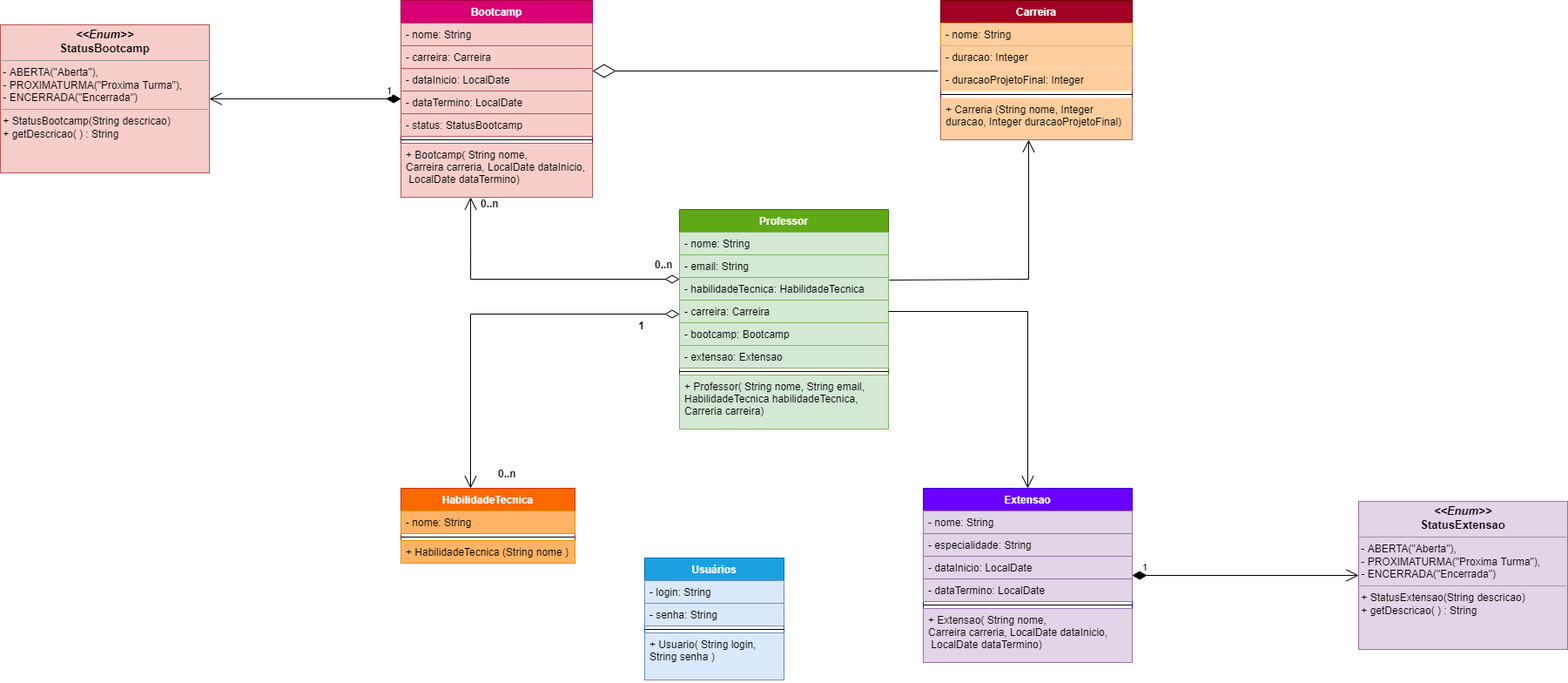
The draw.io diagram documentation/UMLpng.png in RudeBoyOne/EdTech, before a commit. Source tidied: cells renumbered, new cells last; positions are measured from the earlier drawing's top-left corner, leaving out a move shared by most shapes.
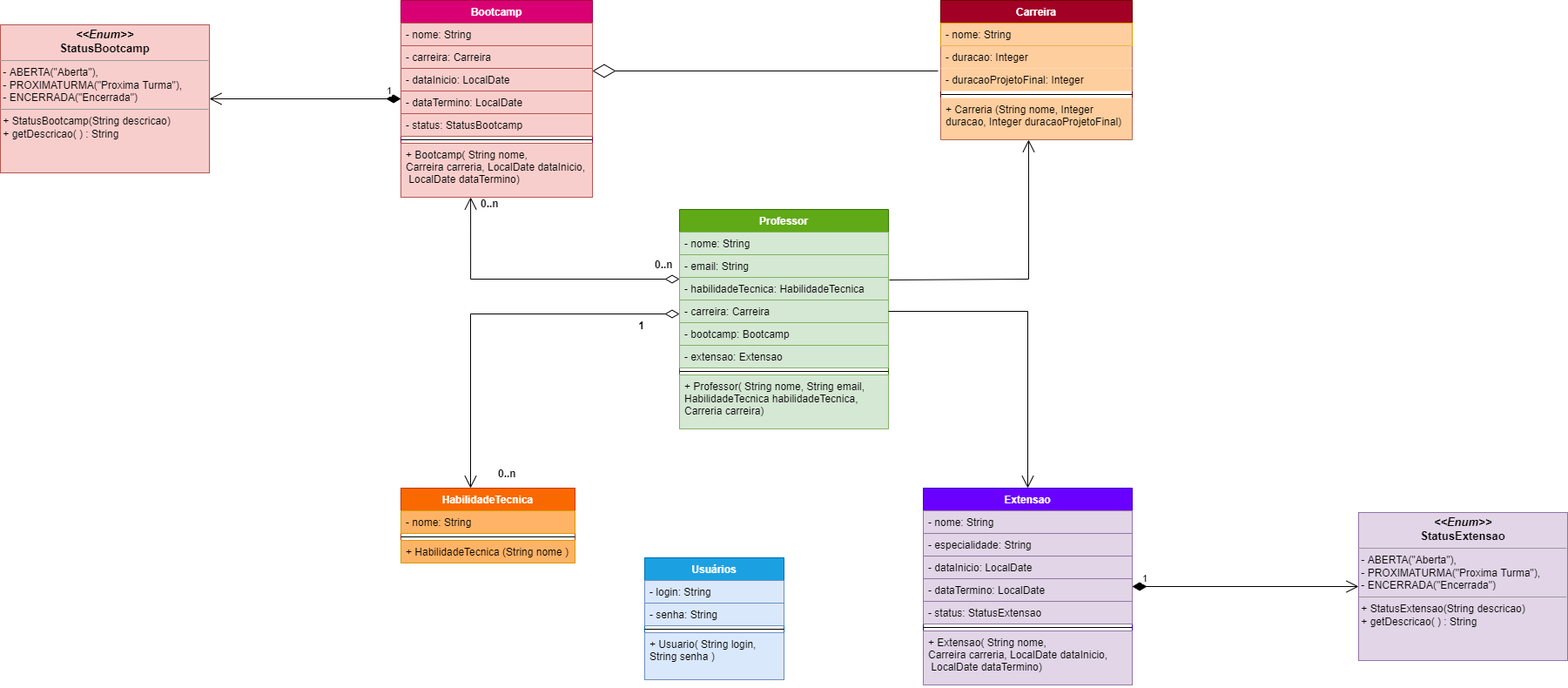
Later version of the same file.

Commit message:
ajustes no UML

The edit, as a diff of the source:
```diff
@@ -69,7 +69,7 @@
       <mxGeometry y="164" width="220" height="62" as="geometry" />
     </mxCell>
     <mxCell id="24" value="Extensao" style="swimlane;fontStyle=1;align=center;verticalAlign=top;horizontal=1;startSize=26;fillColor=#6a00ff;fontColor=#ffffff;strokeColor=#3700CC;" parent="1" vertex="1">
-      <mxGeometry x="1060" y="560" width="240" height="200" as="geometry" />
+      <mxGeometry x="1060" y="560" width="240" height="226" as="geometry" />
     </mxCell>
     <mxCell id="25" value="- nome: String" style="text;strokeColor=#9673a6;fillColor=#e1d5e7;align=left;verticalAlign=top;spacingLeft=4;spacingRight=4;overflow=hidden;" parent="24" vertex="1">
       <mxGeometry y="26" width="240" height="26" as="geometry" />
@@ -83,11 +83,14 @@
     <mxCell id="28" value="- dataTermino: LocalDate" style="text;strokeColor=#9673a6;fillColor=#e1d5e7;align=left;verticalAlign=top;spacingLeft=4;spacingRight=4;overflow=hidden;" parent="24" vertex="1">
       <mxGeometry y="104" width="240" height="26" as="geometry" />
     </mxCell>
+    <mxCell id="54" value="- status: StatusExtensao" style="text;strokeColor=#9673a6;fillColor=#e1d5e7;align=left;verticalAlign=top;spacingLeft=4;spacingRight=4;overflow=hidden;" parent="24" vertex="1">
+      <mxGeometry y="130" width="240" height="26" as="geometry" />
+    </mxCell>
     <mxCell id="29" style="line;strokeWidth=1;fillColor=none;align=left;verticalAlign=middle;spacingTop=-1;spacingLeft=3;spacingRight=3;labelPosition=right;" parent="24" vertex="1">
-      <mxGeometry y="130" width="240" height="8" as="geometry" />
+      <mxGeometry y="156" width="240" height="8" as="geometry" />
     </mxCell>
     <mxCell id="30" value="+ Extensao( String nome, &#10;Carreira carreria, LocalDate dataInicio,&#10; LocalDate dataTermino)" style="text;strokeColor=#9673a6;fillColor=#e1d5e7;align=left;verticalAlign=top;spacingLeft=4;spacingRight=4;overflow=hidden;" parent="24" vertex="1">
-      <mxGeometry y="138" width="240" height="62" as="geometry" />
+      <mxGeometry y="164" width="240" height="62" as="geometry" />
     </mxCell>
     <mxCell id="31" value="Carreira" style="swimlane;fontStyle=1;align=center;verticalAlign=top;horizontal=1;startSize=26;fillColor=#a20025;fontColor=#ffffff;strokeColor=#6F0000;" parent="1" vertex="1">
       <mxGeometry x="1080" width="220" height="160" as="geometry" />
@@ -177,7 +180,7 @@
       <mxGeometry x="-0.83" relative="1" as="geometry" />
     </mxCell>
     <mxCell id="52" value="&lt;p style=&quot;margin: 4px 0px 0px; text-align: center; font-size: 13px;&quot;&gt;&lt;font style=&quot;font-size: 13px;&quot;&gt;&lt;i style=&quot;&quot;&gt;&amp;lt;&amp;lt;Enum&amp;gt;&amp;gt;&lt;/i&gt;&lt;br&gt;&lt;b style=&quot;&quot;&gt;StatusExtensao&lt;/b&gt;&lt;/font&gt;&lt;/p&gt;&lt;hr size=&quot;1&quot;&gt;&lt;p style=&quot;margin:0px;margin-left:4px;&quot;&gt;&lt;/p&gt;&lt;div style=&quot;text-align: left;&quot;&gt;&lt;span style=&quot;background-color: initial; font-weight: normal;&quot;&gt;&amp;nbsp;- ABERTA(&quot;Aberta&quot;),&lt;/span&gt;&lt;/div&gt;&lt;div style=&quot;text-align: left;&quot;&gt;&lt;span style=&quot;background-color: initial; font-weight: normal;&quot;&gt;&amp;nbsp;- PROXIMATURMA(&quot;Proxima Turma&quot;),&lt;/span&gt;&lt;/div&gt;&lt;div style=&quot;text-align: left;&quot;&gt;&lt;span style=&quot;background-color: initial; font-weight: normal;&quot;&gt;&amp;nbsp;- ENCERRADA(&quot;Encerrada&quot;)&lt;/span&gt;&lt;/div&gt;&lt;hr size=&quot;1&quot;&gt;&lt;p style=&quot;margin:0px;margin-left:4px;&quot;&gt;&lt;/p&gt;&lt;div style=&quot;text-align: left;&quot;&gt;&lt;span style=&quot;background-color: initial; font-weight: normal;&quot;&gt;&amp;nbsp;+ StatusExtensao(String descricao)&lt;/span&gt;&lt;/div&gt;&lt;div style=&quot;text-align: left;&quot;&gt;&lt;span style=&quot;background-color: initial; font-weight: normal;&quot;&gt;&amp;nbsp;+ getDescricao( ) : String&lt;/span&gt;&lt;/div&gt;&lt;p&gt;&lt;/p&gt;" style="verticalAlign=top;align=left;overflow=fill;fontSize=12;fontFamily=Helvetica;html=1;fillColor=#e1d5e7;strokeColor=#9673a6;fontColor=default;fontStyle=1;startSize=26;gradientColor=none;spacingLeft=4;spacingRight=4;" parent="1" vertex="1">
-      <mxGeometry x="1560" y="575" width="240" height="170" as="geometry" />
+      <mxGeometry x="1560" y="588" width="240" height="170" as="geometry" />
     </mxCell>
     <mxCell id="53" value="1" style="endArrow=open;html=1;endSize=12;startArrow=diamondThin;startSize=14;startFill=1;edgeStyle=orthogonalEdgeStyle;align=left;verticalAlign=bottom;rounded=0;entryX=0;entryY=0.5;entryDx=0;entryDy=0;" parent="1" edge="1" source="24" target="52">
       <mxGeometry x="-0.92" relative="1" as="geometry" />
```
